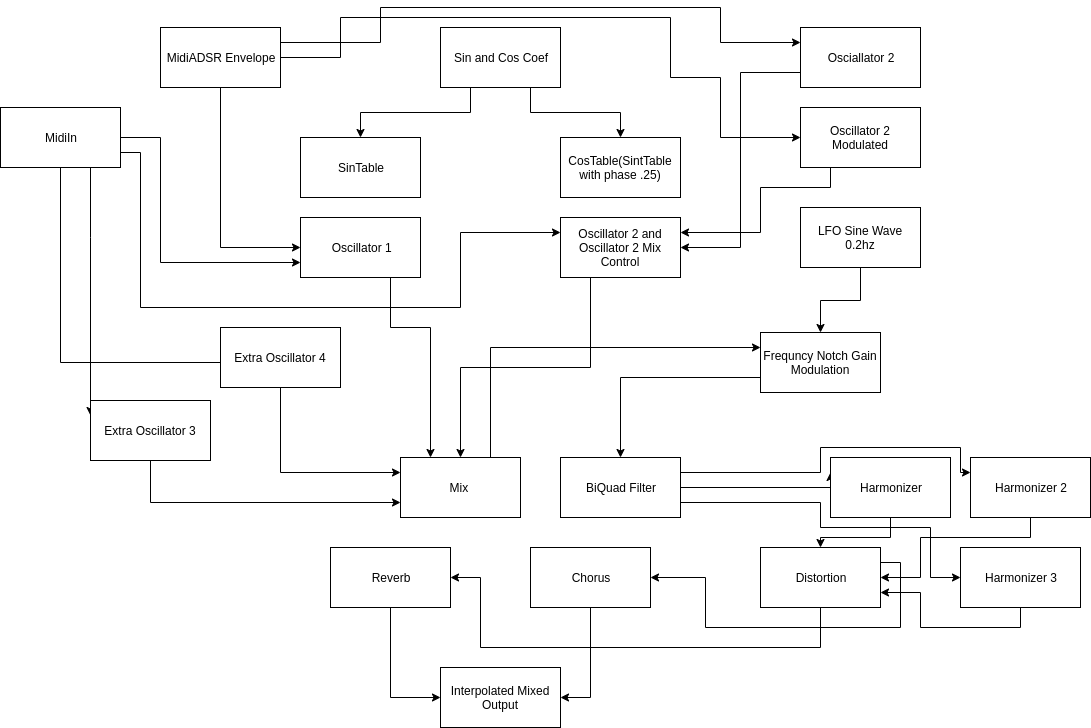
Earlier version of the draw.io export S3Synth.png (Kaushal1011/S3_Smart_Sampling_Synthesiser). Source tidied: cells renumbered, new cells last; positions are measured from the earlier drawing's top-left corner, leaving out a move shared by most shapes.
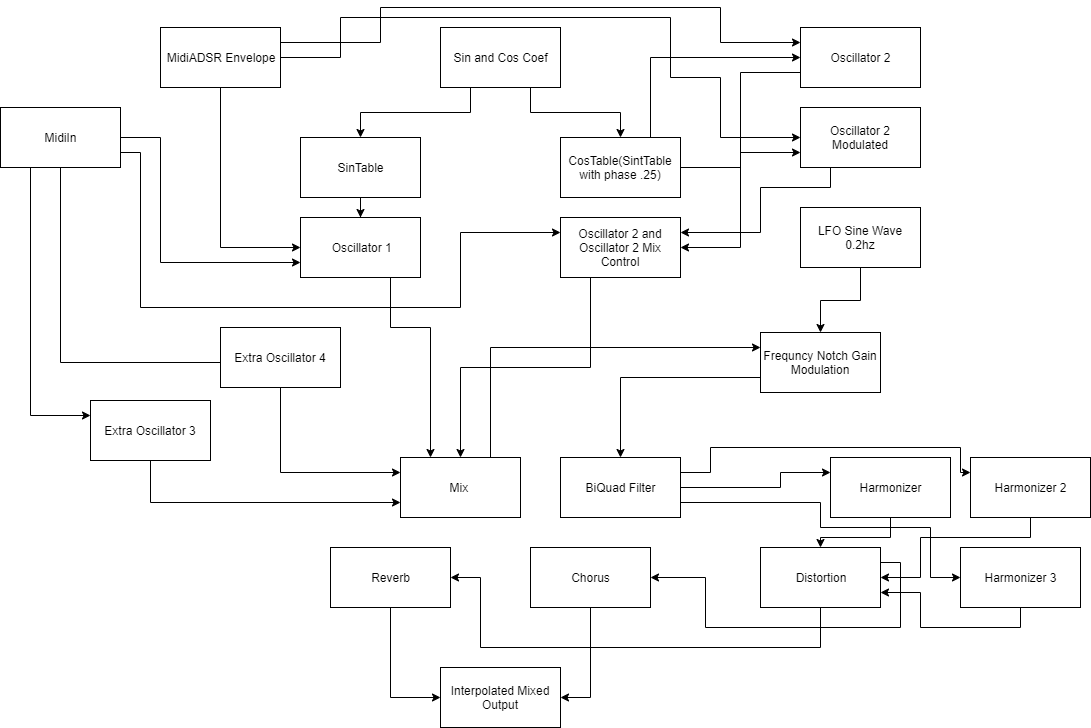
Later version of the same file.

Change to the diagram source:
```diff
@@ -39,9 +39,18 @@
     <mxCell id="8" value="MidiADSR Envelope" style="rounded=0;whiteSpace=wrap;html=1;" parent="1" vertex="1">
       <mxGeometry x="160" y="20" width="120" height="60" as="geometry" />
     </mxCell>
+    <mxCell id="52" style="edgeStyle=orthogonalEdgeStyle;rounded=0;jettySize=auto;html=1;exitX=0.5;exitY=1;exitDx=0;exitDy=0;" parent="1" edge="1" source="9" target="12">
+      <mxGeometry relative="1" as="geometry" />
+    </mxCell>
     <mxCell id="9" value="SinTable" style="rounded=0;whiteSpace=wrap;html=1;" parent="1" vertex="1">
       <mxGeometry x="300" y="130" width="120" height="60" as="geometry" />
     </mxCell>
+    <mxCell id="53" style="edgeStyle=orthogonalEdgeStyle;rounded=0;jettySize=auto;html=1;exitX=1;exitY=0.5;exitDx=0;exitDy=0;entryX=0;entryY=0.75;entryDx=0;entryDy=0;" parent="1" edge="1" source="10" target="49">
+      <mxGeometry relative="1" as="geometry" />
+    </mxCell>
+    <mxCell id="54" style="edgeStyle=orthogonalEdgeStyle;rounded=0;jettySize=auto;html=1;exitX=0.75;exitY=0;exitDx=0;exitDy=0;entryX=0;entryY=0.5;entryDx=0;entryDy=0;" parent="1" edge="1" source="10" target="51">
+      <mxGeometry relative="1" as="geometry" />
+    </mxCell>
     <mxCell id="10" value="CosTable(SintTable with phase .25)" style="rounded=0;whiteSpace=wrap;html=1;" parent="1" vertex="1">
       <mxGeometry x="560" y="130" width="120" height="60" as="geometry" />
     </mxCell>
@@ -92,11 +101,10 @@
         </Array>
       </mxGeometry>
     </mxCell>
-    <mxCell id="21" style="edgeStyle=orthogonalEdgeStyle;rounded=0;jettySize=auto;html=1;exitX=0.75;exitY=1;exitDx=0;exitDy=0;entryX=0;entryY=0.25;entryDx=0;entryDy=0;" parent="1" edge="1" source="23" target="25">
+    <mxCell id="21" style="edgeStyle=orthogonalEdgeStyle;rounded=0;jettySize=auto;html=1;exitX=0.25;exitY=1;exitDx=0;exitDy=0;entryX=0;entryY=0.25;entryDx=0;entryDy=0;" parent="1" edge="1" source="23" target="25">
       <mxGeometry relative="1" as="geometry">
         <Array as="points">
-          <mxPoint x="90" y="230" />
-          <mxPoint x="90" y="230" />
+          <mxPoint x="30" y="408" />
         </Array>
       </mxGeometry>
     </mxCell>
@@ -136,15 +144,16 @@
     <mxCell id="30" style="edgeStyle=orthogonalEdgeStyle;rounded=0;jettySize=auto;html=1;exitX=1;exitY=0.5;exitDx=0;exitDy=0;entryX=0;entryY=0.25;entryDx=0;entryDy=0;" parent="1" edge="1" source="33" target="35">
       <mxGeometry relative="1" as="geometry">
         <Array as="points">
-          <mxPoint x="830" y="480" />
+          <mxPoint x="780" y="480" />
+          <mxPoint x="780" y="465" />
         </Array>
       </mxGeometry>
     </mxCell>
     <mxCell id="31" style="edgeStyle=orthogonalEdgeStyle;rounded=0;jettySize=auto;html=1;exitX=1;exitY=0.25;exitDx=0;exitDy=0;entryX=0;entryY=0.25;entryDx=0;entryDy=0;" parent="1" edge="1" source="33" target="45">
       <mxGeometry relative="1" as="geometry">
         <Array as="points">
-          <mxPoint x="820" y="465" />
-          <mxPoint x="820" y="440" />
+          <mxPoint x="710" y="465" />
+          <mxPoint x="710" y="440" />
           <mxPoint x="960" y="440" />
           <mxPoint x="960" y="465" />
         </Array>
@@ -232,7 +241,7 @@
     <mxCell id="50" style="edgeStyle=orthogonalEdgeStyle;rounded=0;jettySize=auto;html=1;exitX=0;exitY=0.75;exitDx=0;exitDy=0;entryX=1;entryY=0.5;entryDx=0;entryDy=0;" parent="1" edge="1" source="51" target="14">
       <mxGeometry relative="1" as="geometry" />
     </mxCell>
-    <mxCell id="51" value="Osciallator 2" style="rounded=0;whiteSpace=wrap;html=1;" parent="1" vertex="1">
+    <mxCell id="51" value="Oscillator 2" style="rounded=0;whiteSpace=wrap;html=1;" parent="1" vertex="1">
       <mxGeometry x="800" y="20" width="120" height="60" as="geometry" />
     </mxCell>
   </root>
```
